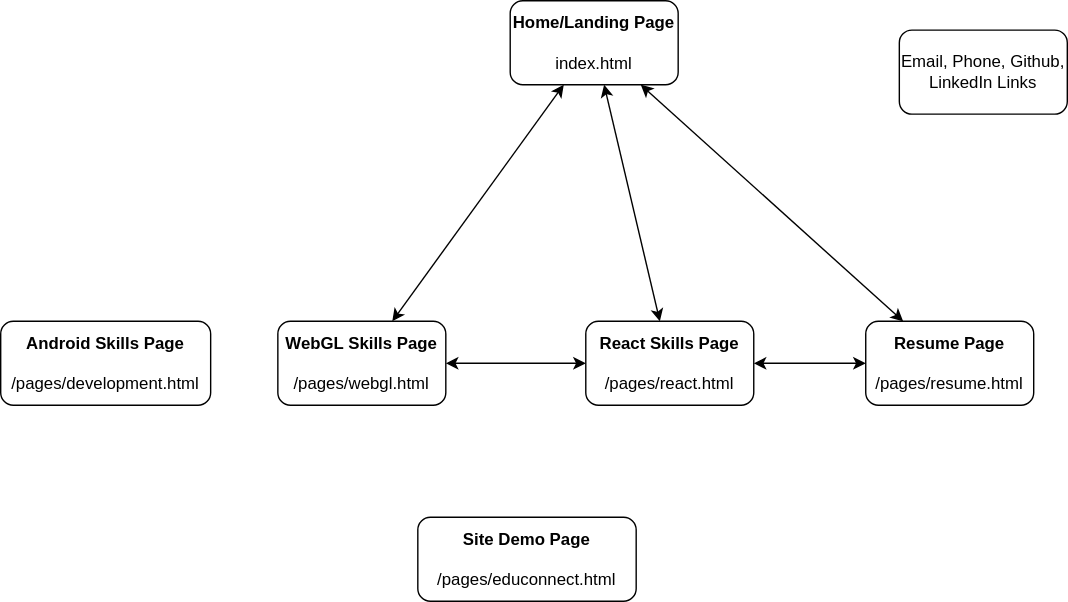
The draw.io diagram doc/navigation_map.drawio.svg in haydon-zinner/itc293-a4, before a commit. Source tidied: cells renumbered, new cells last; positions are measured from the earlier drawing's top-left corner, leaving out a move shared by most shapes. Source of this version:
```xml
<mxGraphModel>
  <root>
    <mxCell id="0" />
    <mxCell id="1" parent="0" />
    <mxCell id="2" style="edgeStyle=none;html=1;startArrow=classic;startFill=1;" parent="1" edge="1" source="5" target="7">
      <mxGeometry relative="1" as="geometry" />
    </mxCell>
    <mxCell id="3" style="edgeStyle=none;html=1;startArrow=classic;startFill=1;" parent="1" edge="1" source="5" target="8">
      <mxGeometry relative="1" as="geometry" />
    </mxCell>
    <mxCell id="4" style="edgeStyle=none;html=1;startArrow=classic;startFill=1;" parent="1" edge="1" source="5" target="10">
      <mxGeometry relative="1" as="geometry" />
    </mxCell>
    <mxCell id="5" value="&lt;b&gt;Home/Landing Page&lt;br&gt;&lt;/b&gt;&lt;br&gt;index.html" style="rounded=1;whiteSpace=wrap;html=1;" parent="1" vertex="1">
      <mxGeometry x="364" width="120" height="60" as="geometry" />
    </mxCell>
    <mxCell id="6" style="html=1;exitX=1;exitY=0.5;exitDx=0;exitDy=0;startArrow=classic;startFill=1;" parent="1" edge="1" source="7" target="10">
      <mxGeometry relative="1" as="geometry" />
    </mxCell>
    <mxCell id="7" value="&lt;b&gt;WebGL Skills Page&lt;/b&gt;&lt;br&gt;&lt;br&gt;/pages/webgl.html" style="whiteSpace=wrap;html=1;rounded=1;" parent="1" vertex="1">
      <mxGeometry x="198" y="229" width="120" height="60" as="geometry" />
    </mxCell>
    <mxCell id="8" value="&lt;b&gt;Resume Page&lt;br&gt;&lt;/b&gt;&lt;br&gt;/pages/resume.html" style="whiteSpace=wrap;html=1;rounded=1;" parent="1" vertex="1">
      <mxGeometry x="618" y="229" width="120" height="60" as="geometry" />
    </mxCell>
    <mxCell id="9" style="edgeStyle=none;html=1;exitX=1;exitY=0.5;exitDx=0;exitDy=0;entryX=0;entryY=0.5;entryDx=0;entryDy=0;startArrow=classic;startFill=1;" parent="1" edge="1" source="10" target="8">
      <mxGeometry relative="1" as="geometry" />
    </mxCell>
    <mxCell id="10" value="&lt;b&gt;React Skills Page&lt;/b&gt;&lt;br&gt;&lt;br&gt;/pages/react.html" style="whiteSpace=wrap;html=1;rounded=1;" parent="1" vertex="1">
      <mxGeometry x="418" y="229" width="120" height="60" as="geometry" />
    </mxCell>
    <mxCell id="11" value="Email, Phone, Github, LinkedIn Links" style="whiteSpace=wrap;html=1;rounded=1;" parent="1" vertex="1">
      <mxGeometry x="642" y="21" width="120" height="60" as="geometry" />
    </mxCell>
    <mxCell id="12" value="&lt;b&gt;Android Skills Page&lt;/b&gt;&lt;br&gt;&lt;br&gt;/pages/development.html" style="whiteSpace=wrap;html=1;rounded=1;" parent="1" vertex="1">
      <mxGeometry y="229" width="150" height="60" as="geometry" />
    </mxCell>
    <mxCell id="13" value="&lt;b&gt;Site Demo Page&lt;/b&gt;&lt;br&gt;&lt;br&gt;/pages/educonnect.html" style="whiteSpace=wrap;html=1;rounded=1;" parent="1" vertex="1">
      <mxGeometry x="298" y="369" width="156" height="60" as="geometry" />
    </mxCell>
  </root>
</mxGraphModel>
```
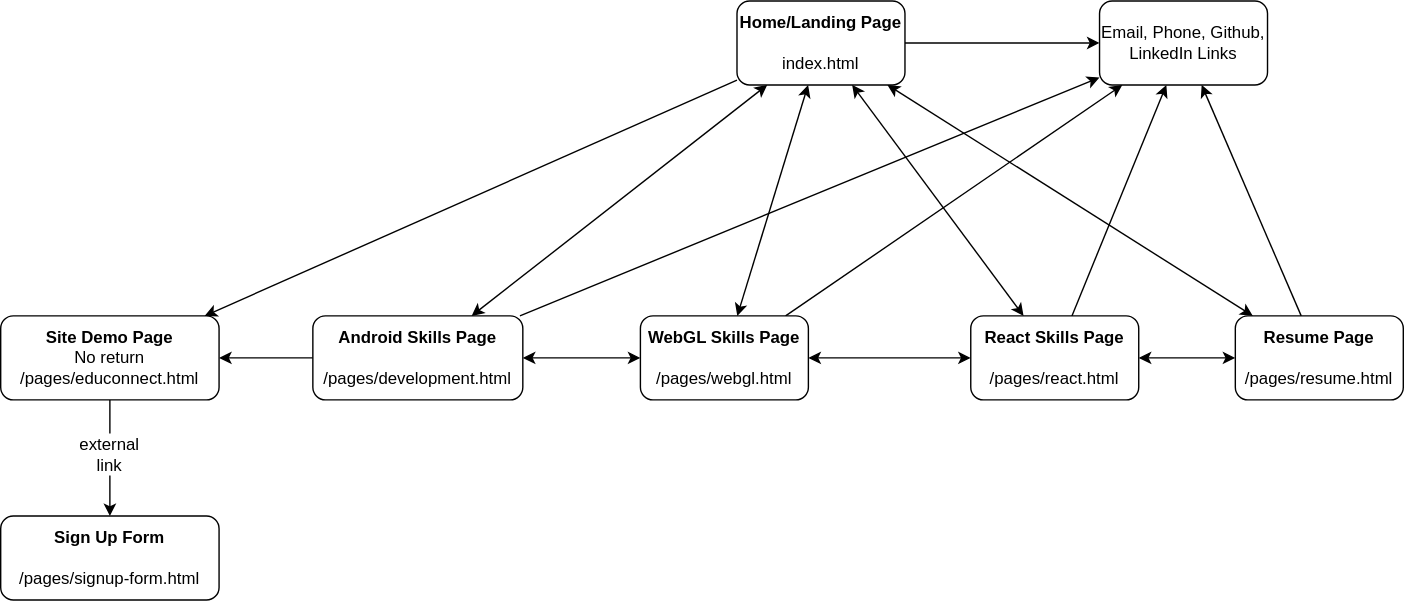
After the commit.

Commit message:
updated navigation diagrams

What changed in the source:
```diff
@@ -11,32 +11,71 @@
     <mxCell id="4" style="edgeStyle=none;html=1;startArrow=classic;startFill=1;" parent="1" edge="1" source="5" target="10">
       <mxGeometry relative="1" as="geometry" />
     </mxCell>
+    <mxCell id="14" style="edgeStyle=none;html=1;startArrow=classic;startFill=1;" parent="1" edge="1" source="5" target="12">
+      <mxGeometry relative="1" as="geometry" />
+    </mxCell>
+    <mxCell id="15" style="edgeStyle=none;html=1;" parent="1" edge="1" source="5" target="13">
+      <mxGeometry relative="1" as="geometry" />
+    </mxCell>
+    <mxCell id="16" style="edgeStyle=none;html=1;entryX=0;entryY=0.5;entryDx=0;entryDy=0;startArrow=none;startFill=0;" parent="1" edge="1" source="5" target="11">
+      <mxGeometry relative="1" as="geometry" />
+    </mxCell>
     <mxCell id="5" value="&lt;b&gt;Home/Landing Page&lt;br&gt;&lt;/b&gt;&lt;br&gt;index.html" style="rounded=1;whiteSpace=wrap;html=1;" parent="1" vertex="1">
       <mxGeometry x="364" width="120" height="60" as="geometry" />
     </mxCell>
     <mxCell id="6" style="html=1;exitX=1;exitY=0.5;exitDx=0;exitDy=0;startArrow=classic;startFill=1;" parent="1" edge="1" source="7" target="10">
       <mxGeometry relative="1" as="geometry" />
     </mxCell>
+    <mxCell id="17" style="edgeStyle=none;html=1;startArrow=none;startFill=0;" parent="1" edge="1" source="7" target="11">
+      <mxGeometry relative="1" as="geometry" />
+    </mxCell>
+    <mxCell id="18" style="edgeStyle=none;html=1;startArrow=classic;startFill=1;" parent="1" edge="1" source="7" target="12">
+      <mxGeometry relative="1" as="geometry" />
+    </mxCell>
     <mxCell id="7" value="&lt;b&gt;WebGL Skills Page&lt;/b&gt;&lt;br&gt;&lt;br&gt;/pages/webgl.html" style="whiteSpace=wrap;html=1;rounded=1;" parent="1" vertex="1">
-      <mxGeometry x="198" y="229" width="120" height="60" as="geometry" />
+      <mxGeometry x="295" y="225" width="120" height="60" as="geometry" />
     </mxCell>
+    <mxCell id="19" style="edgeStyle=none;html=1;startArrow=none;startFill=0;" parent="1" edge="1" source="8" target="11">
+      <mxGeometry relative="1" as="geometry" />
+    </mxCell>
     <mxCell id="8" value="&lt;b&gt;Resume Page&lt;br&gt;&lt;/b&gt;&lt;br&gt;/pages/resume.html" style="whiteSpace=wrap;html=1;rounded=1;" parent="1" vertex="1">
-      <mxGeometry x="618" y="229" width="120" height="60" as="geometry" />
+      <mxGeometry x="720" y="225" width="120" height="60" as="geometry" />
     </mxCell>
     <mxCell id="9" style="edgeStyle=none;html=1;exitX=1;exitY=0.5;exitDx=0;exitDy=0;entryX=0;entryY=0.5;entryDx=0;entryDy=0;startArrow=classic;startFill=1;" parent="1" edge="1" source="10" target="8">
       <mxGeometry relative="1" as="geometry" />
     </mxCell>
+    <mxCell id="20" style="edgeStyle=none;html=1;startArrow=none;startFill=0;" parent="1" edge="1" source="10" target="11">
+      <mxGeometry relative="1" as="geometry" />
+    </mxCell>
     <mxCell id="10" value="&lt;b&gt;React Skills Page&lt;/b&gt;&lt;br&gt;&lt;br&gt;/pages/react.html" style="whiteSpace=wrap;html=1;rounded=1;" parent="1" vertex="1">
-      <mxGeometry x="418" y="229" width="120" height="60" as="geometry" />
+      <mxGeometry x="531" y="225" width="120" height="60" as="geometry" />
     </mxCell>
     <mxCell id="11" value="Email, Phone, Github, LinkedIn Links" style="whiteSpace=wrap;html=1;rounded=1;" parent="1" vertex="1">
-      <mxGeometry x="642" y="21" width="120" height="60" as="geometry" />
+      <mxGeometry x="623" width="120" height="60" as="geometry" />
     </mxCell>
+    <mxCell id="21" style="edgeStyle=none;html=1;startArrow=none;startFill=0;" parent="1" edge="1" source="12" target="11">
+      <mxGeometry relative="1" as="geometry" />
+    </mxCell>
+    <mxCell id="22" style="edgeStyle=none;html=1;startArrow=none;startFill=0;" parent="1" edge="1" source="12" target="13">
+      <mxGeometry relative="1" as="geometry" />
+    </mxCell>
     <mxCell id="12" value="&lt;b&gt;Android Skills Page&lt;/b&gt;&lt;br&gt;&lt;br&gt;/pages/development.html" style="whiteSpace=wrap;html=1;rounded=1;" parent="1" vertex="1">
-      <mxGeometry y="229" width="150" height="60" as="geometry" />
+      <mxGeometry x="61" y="225" width="150" height="60" as="geometry" />
     </mxCell>
+    <mxCell id="23" style="edgeStyle=none;html=1;entryX=0.5;entryY=0;entryDx=0;entryDy=0;startArrow=none;startFill=0;endArrow=classic;endFill=1;" parent="1" edge="1" source="26" target="24">
+      <mxGeometry relative="1" as="geometry" />
+    </mxCell>
-    <mxCell id="13" value="&lt;b&gt;Site Demo Page&lt;/b&gt;&lt;br&gt;&lt;br&gt;/pages/educonnect.html" style="whiteSpace=wrap;html=1;rounded=1;" parent="1" vertex="1">
-      <mxGeometry x="298" y="369" width="156" height="60" as="geometry" />
+    <mxCell id="13" value="&lt;b&gt;Site Demo Page&lt;/b&gt;&lt;br&gt;No return&lt;br&gt;/pages/educonnect.html" style="whiteSpace=wrap;html=1;rounded=1;" parent="1" vertex="1">
+      <mxGeometry x="-162" y="225" width="156" height="60" as="geometry" />
     </mxCell>
+    <mxCell id="24" value="&lt;b&gt;Sign Up Form&lt;/b&gt;&lt;br&gt;&lt;br&gt;/pages/signup-form.html" style="whiteSpace=wrap;html=1;rounded=1;" parent="1" vertex="1">
+      <mxGeometry x="-162" y="368" width="156" height="60" as="geometry" />
+    </mxCell>
+    <mxCell id="25" style="edgeStyle=none;html=1;entryX=0.5;entryY=0;entryDx=0;entryDy=0;startArrow=none;startFill=0;endArrow=none;endFill=1;" parent="1" edge="1" source="13" target="26">
+      <mxGeometry relative="1" as="geometry" />
+    </mxCell>
+    <mxCell id="26" value="external link" style="text;html=1;strokeColor=none;fillColor=none;align=center;verticalAlign=middle;whiteSpace=wrap;rounded=0;" parent="1" vertex="1">
+      <mxGeometry x="-114" y="309" width="60" height="30" as="geometry" />
+    </mxCell>
   </root>
 </mxGraphModel>
```
